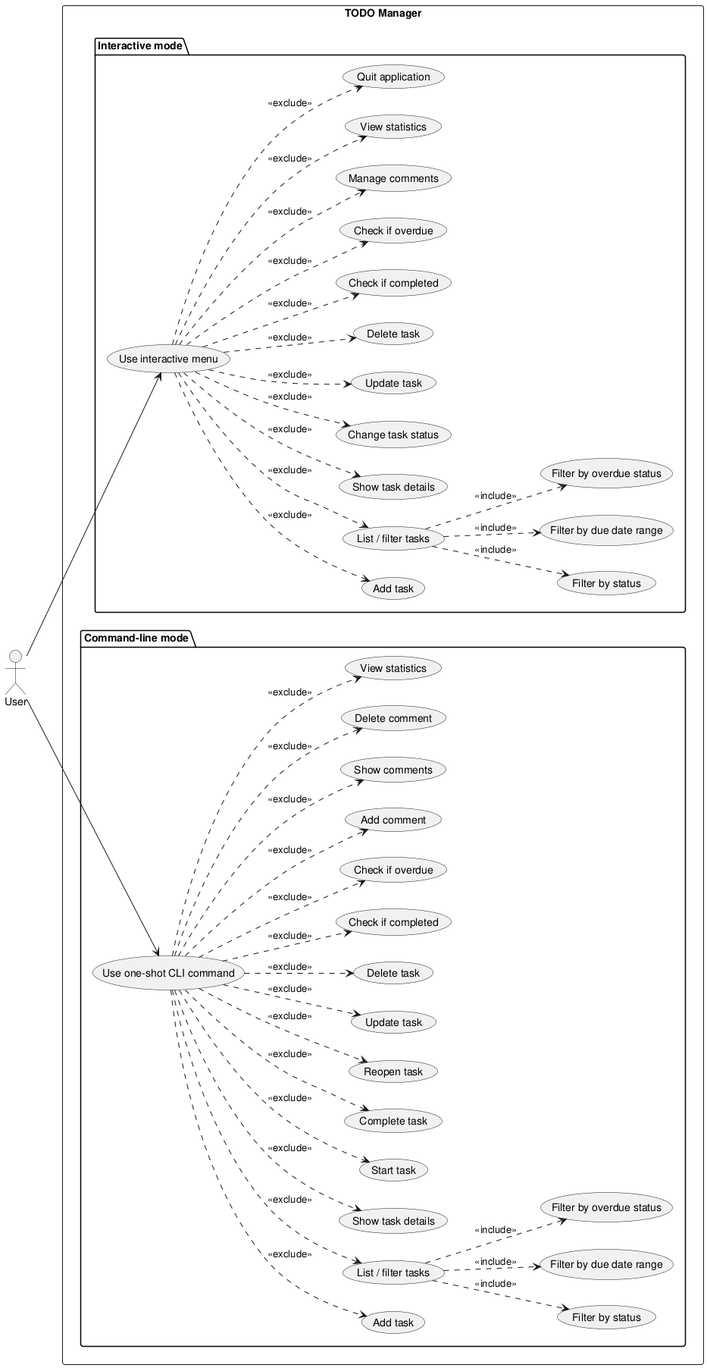
This is experiments/pipeline/structured_text/TODO/artifacts/use_case_diagram.png from DanielRiha8906/Software_autoevolution_using_agents, a PlantUML export, as it was before one commit.
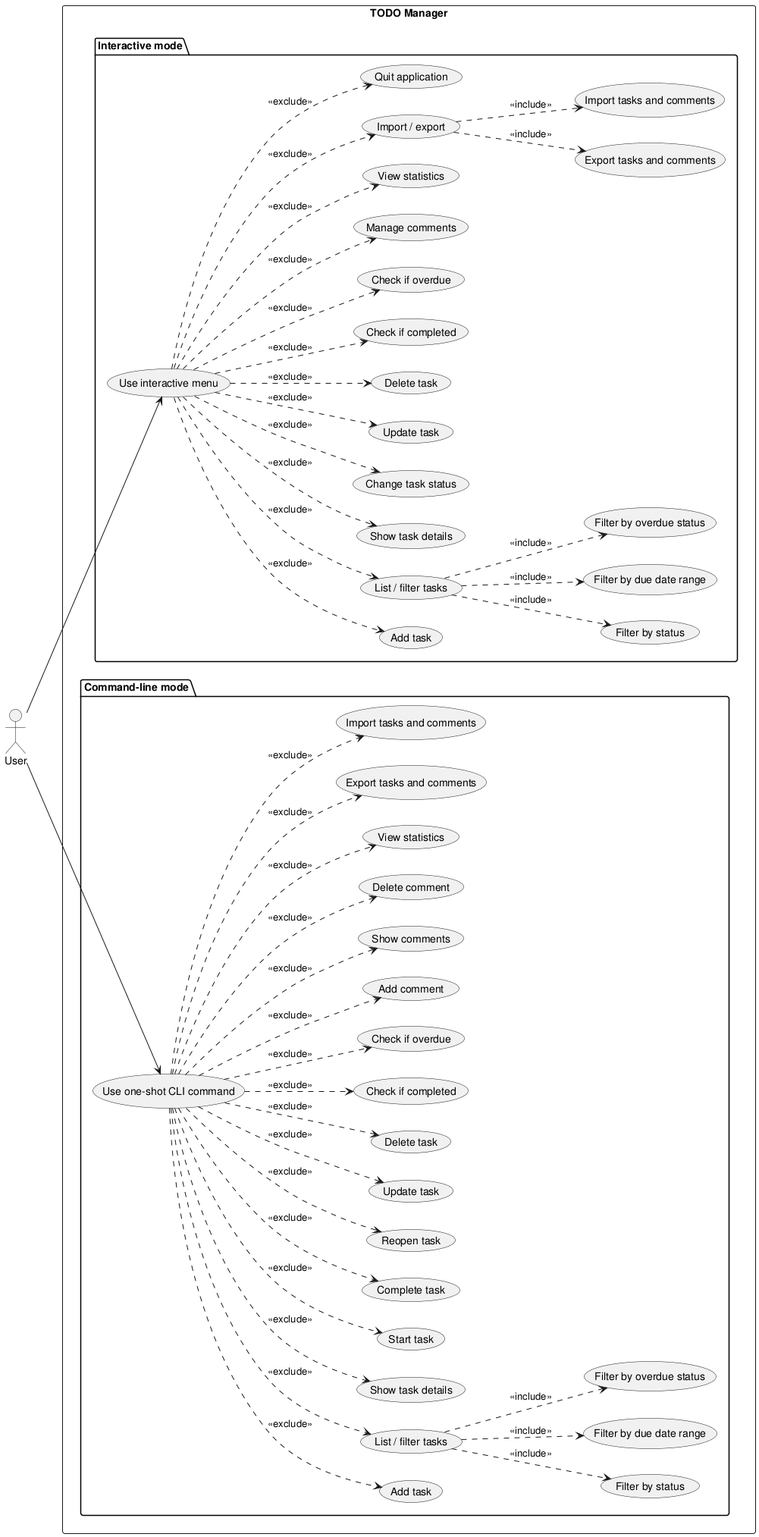
The same file after the commit.

Diff of the diagram source:
```diff
@@ -21,6 +21,9 @@
     usecase "Check if overdue" as I_OVERDUE
     usecase "Manage comments" as I_COMMENTS
     usecase "View statistics" as I_STATS
+    usecase "Import / export" as I_IMPORT_EXPORT
+    usecase "Export tasks and comments" as I_EXPORT
+    usecase "Import tasks and comments" as I_IMPORT
     usecase "Quit application" as I_QUIT
   }
 
@@ -43,6 +46,8 @@
     usecase "Show comments" as C_SHOW_COMMENTS
     usecase "Delete comment" as C_DELETE_COMMENT
     usecase "View statistics" as C_STATS
+    usecase "Export tasks and comments" as C_EXPORT
+    usecase "Import tasks and comments" as C_IMPORT
   }
 }
 
@@ -62,6 +67,9 @@
 UI ..> I_OVERDUE   : <<exclude>>
 UI ..> I_COMMENTS  : <<exclude>>
 UI ..> I_STATS     : <<exclude>>
+UI ..> I_IMPORT_EXPORT : <<exclude>>
+I_IMPORT_EXPORT ..> I_EXPORT : <<include>>
+I_IMPORT_EXPORT ..> I_IMPORT : <<include>>
 UI ..> I_QUIT      : <<exclude>>
 
 CLI ..> C_ADD            : <<exclude>>
@@ -81,5 +89,7 @@
 CLI ..> C_SHOW_COMMENTS  : <<exclude>>
 CLI ..> C_DELETE_COMMENT : <<exclude>>
 CLI ..> C_STATS          : <<exclude>>
+CLI ..> C_EXPORT         : <<exclude>>
+CLI ..> C_IMPORT         : <<exclude>>
 
 @enduml
```
